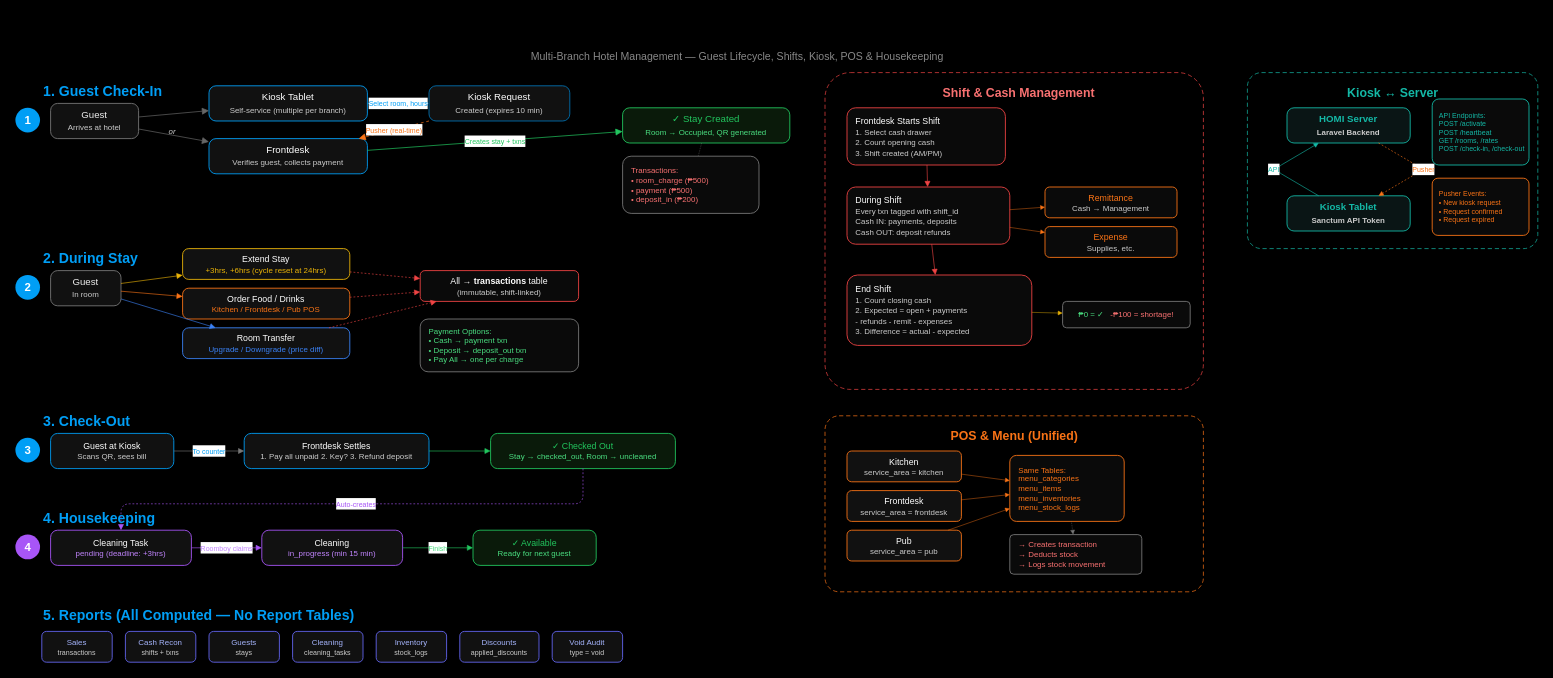
Before: docs/v4-project/V4_SYSTEM_FLOW.drawio in GabJeungSook/HotelV3, a draw.io diagram. Source tidied: cells renumbered, new cells numbered last; positions are measured from the earlier drawing's top-left corner, leaving out a move shared by most shapes. Both pictures are drawn from the tidied source at 88%, with x=0, y=0 at pixel (15, 15).
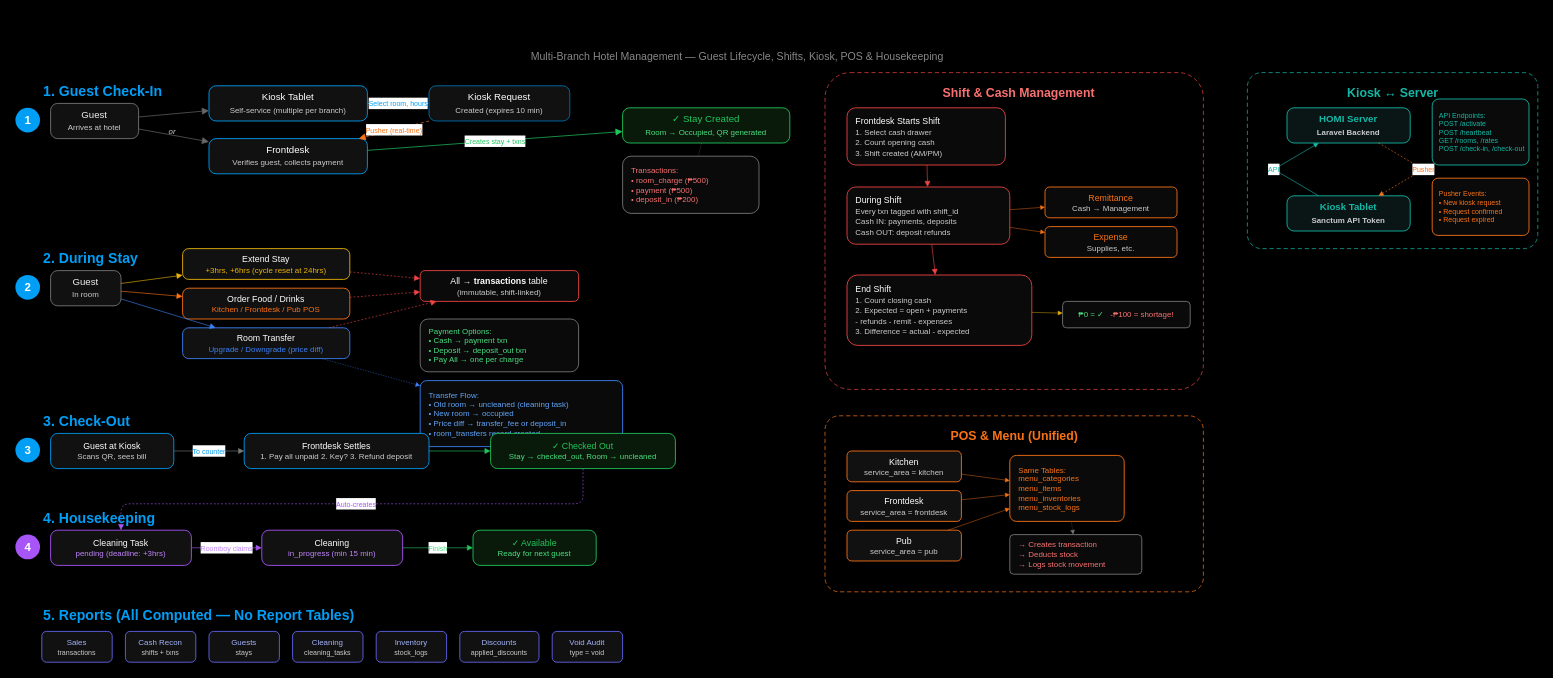
Above is the later version.

Commit message:
Add room transfer detail flow to system diagram

Added transfer detail box showing:
- Old room → uncleaned (triggers cleaning task)
- New room → occupied
- Price diff → transfer_fee (upgrade) or deposit_in (downgrade)
- room_transfers record created

Connected via dashed blue arrow from Room Transfer box.

The change refers to these unchanged cells:
```xml
<mxCell id="24" value="Room Transfer&lt;br&gt;&lt;font style=&quot;font-size:9px;color:#3b82f6&quot;&gt;Upgrade / Downgrade (price diff)&lt;/font&gt;" style="rounded=1;html=1;fillColor=#111111;strokeColor=#3B82F6;fontColor=#FFFFFF;fontSize=10;arcSize=20;whiteSpace=wrap;" parent="1" vertex="1">
  <mxGeometry x="190" y="355" width="190" height="35" as="geometry" />
</mxCell>
```

What changed in the source:
```diff
@@
+    <mxCell id="88" value="&lt;font style=&quot;font-size:9px;color:#60a5fa&quot;&gt;Transfer Flow:&lt;br&gt;• Old room → uncleaned (cleaning task)&lt;br&gt;• New room → occupied&lt;br&gt;• Price diff → transfer_fee or deposit_in&lt;br&gt;• room_transfers record created&lt;/font&gt;" style="rounded=1;html=1;fillColor=#0a0a0a;strokeColor=#3B82F6;fontColor=#FFFFFF;fontSize=9;arcSize=10;whiteSpace=wrap;align=left;spacingLeft=8;" parent="1" vertex="1">
+      <mxGeometry x="460" y="415" width="230" height="75" as="geometry" />
+    </mxCell>
+    <mxCell id="89" style="endArrow=block;endSize=4;html=1;strokeColor=#3B82F6;strokeWidth=0.5;dashed=1;dashPattern=3 3;" parent="1" edge="1" source="24" target="88">
+      <mxGeometry relative="1" as="geometry" />
+    </mxCell>
```
